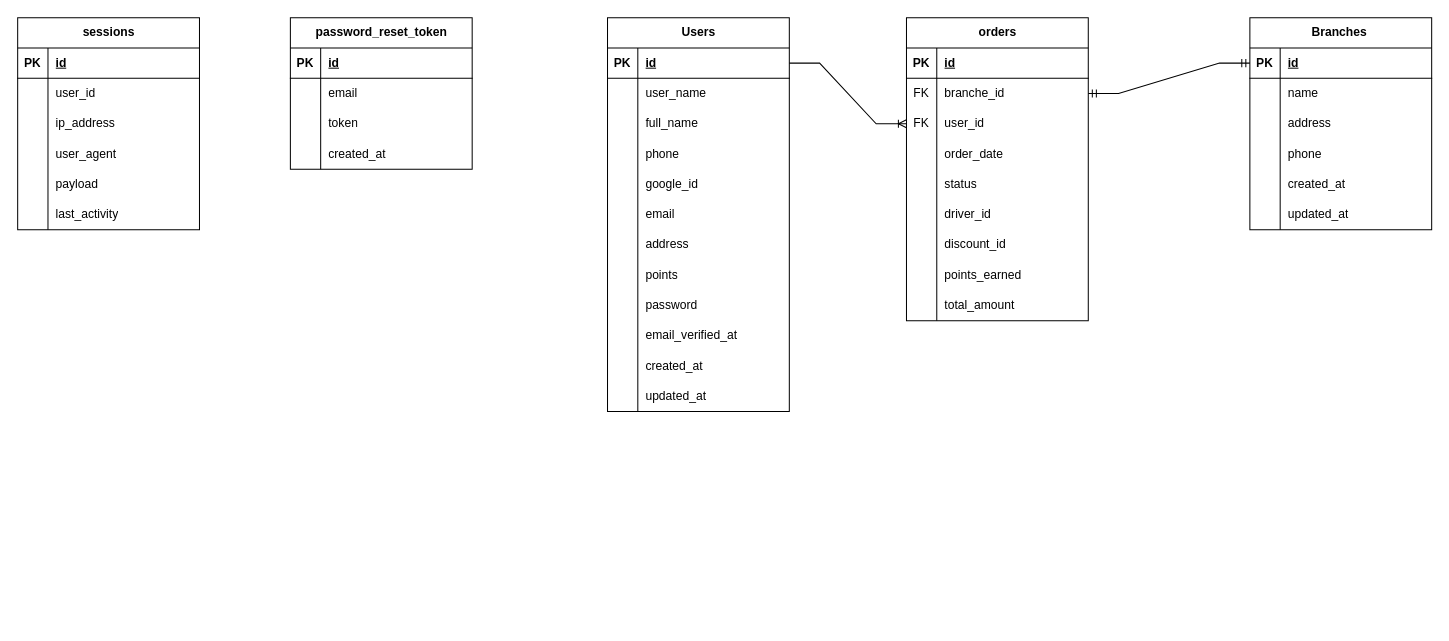
This is database.drawio from ntuananhdevs/DATN-DevFoods, a draw.io file, before an edit. Source tidied: cells renumbered, new cells numbered last; positions are measured from the earlier drawing's top-left corner, leaving out a move shared by most shapes. Both pictures are drawn from the tidied source at 101%, with x=0, y=0 at pixel (17, 17).
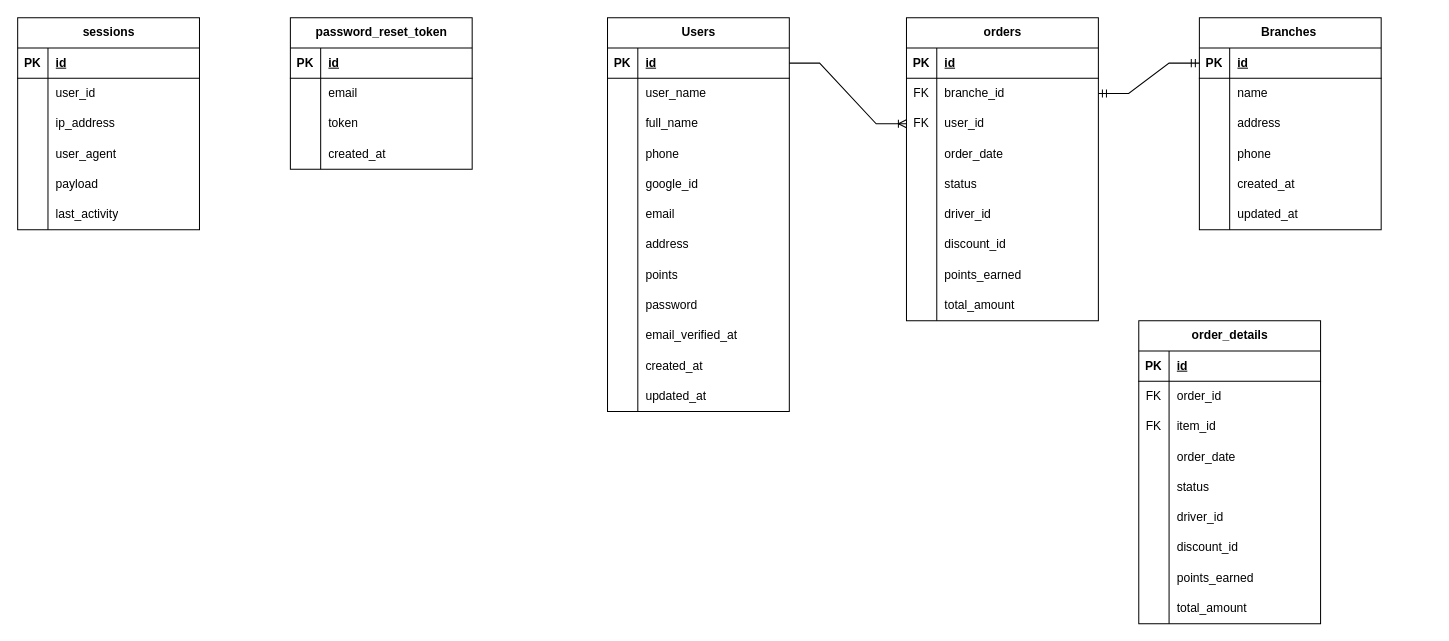
Above is the later version.

Commit message:
Cập nhật database.drawio

Change to the diagram source:
```diff
@@
     <mxCell id="71" value="&lt;div&gt;Branches&amp;nbsp;&lt;/div&gt;" style="shape=table;startSize=30;childLayout=tableLayout;rowLines=0;fontStyle=1;align=center;html=1;" parent="1" vertex="1">
-      <mxGeometry x="1220" width="180" height="210" as="geometry" />
+      <mxGeometry x="1170" width="180" height="210" as="geometry" />
     </mxCell>
@@
     <mxCell id="90" value="orders" style="shape=table;startSize=30;childLayout=tableLayout;rowLines=0;fontStyle=1;align=center;html=1;" parent="1" vertex="1">
-      <mxGeometry x="880" width="180" height="300" as="geometry" />
+      <mxGeometry x="880" width="190" height="300" as="geometry" />
     </mxCell>
     <mxCell id="91" style="shape=tableRow;horizontal=0;startSize=0;swimlaneHead=0;swimlaneBody=0;fillColor=none;top=0;left=0;right=0;bottom=1;" parent="90" vertex="1">
-      <mxGeometry y="30" width="180" height="30" as="geometry" />
+      <mxGeometry y="30" width="190" height="30" as="geometry" />
     </mxCell>
@@
     <mxCell id="93" value="id" style="shape=partialRectangle;fillColor=none;top=0;left=0;bottom=0;right=0;align=left;spacingLeft=6;fontStyle=5;overflow=hidden;whiteSpace=wrap;html=1;" parent="91" vertex="1">
-      <mxGeometry x="30" width="150" height="30" as="geometry" />
+      <mxGeometry x="30" width="160" height="30" as="geometry" />
     </mxCell>
     <mxCell id="94" style="shape=tableRow;horizontal=0;startSize=0;swimlaneHead=0;swimlaneBody=0;fillColor=none;points=[[0,0.5],[1,0.5]];portConstraint=eastwest;top=0;left=0;right=0;bottom=0;" parent="90" vertex="1">
-      <mxGeometry y="60" width="180" height="30" as="geometry" />
+      <mxGeometry y="60" width="190" height="30" as="geometry" />
     </mxCell>
@@
     <mxCell id="96" value="branche_id" style="shape=partialRectangle;fillColor=none;top=0;left=0;bottom=0;right=0;align=left;spacingLeft=6;overflow=hidden;whiteSpace=wrap;html=1;" parent="94" vertex="1">
-      <mxGeometry x="30" width="150" height="30" as="geometry" />
+      <mxGeometry x="30" width="160" height="30" as="geometry" />
     </mxCell>
     <mxCell id="97" style="shape=tableRow;horizontal=0;startSize=0;swimlaneHead=0;swimlaneBody=0;fillColor=none;points=[[0,0.5],[1,0.5]];portConstraint=eastwest;top=0;left=0;right=0;bottom=0;" parent="90" vertex="1">
-      <mxGeometry y="90" width="180" height="30" as="geometry" />
+      <mxGeometry y="90" width="190" height="30" as="geometry" />
     </mxCell>
@@
     <mxCell id="99" value="user_id" style="shape=partialRectangle;fillColor=none;top=0;left=0;bottom=0;right=0;align=left;spacingLeft=6;overflow=hidden;whiteSpace=wrap;html=1;" parent="97" vertex="1">
-      <mxGeometry x="30" width="150" height="30" as="geometry" />
+      <mxGeometry x="30" width="160" height="30" as="geometry" />
     </mxCell>
     <mxCell id="100" style="shape=tableRow;horizontal=0;startSize=0;swimlaneHead=0;swimlaneBody=0;fillColor=none;top=0;left=0;right=0;bottom=0;" parent="90" vertex="1">
-      <mxGeometry y="120" width="180" height="30" as="geometry" />
+      <mxGeometry y="120" width="190" height="30" as="geometry" />
     </mxCell>
@@
     <mxCell id="102" value="order_date" style="shape=partialRectangle;fillColor=none;top=0;left=0;bottom=0;right=0;align=left;spacingLeft=6;overflow=hidden;whiteSpace=wrap;html=1;" parent="100" vertex="1">
-      <mxGeometry x="30" width="150" height="30" as="geometry" />
+      <mxGeometry x="30" width="160" height="30" as="geometry" />
     </mxCell>
     <mxCell id="103" style="shape=tableRow;horizontal=0;startSize=0;swimlaneHead=0;swimlaneBody=0;fillColor=none;top=0;left=0;right=0;bottom=0;" parent="90" vertex="1">
-      <mxGeometry y="150" width="180" height="30" as="geometry" />
+      <mxGeometry y="150" width="190" height="30" as="geometry" />
     </mxCell>
@@
     <mxCell id="105" value="status" style="shape=partialRectangle;fillColor=none;top=0;left=0;bottom=0;right=0;align=left;spacingLeft=6;overflow=hidden;whiteSpace=wrap;html=1;" parent="103" vertex="1">
-      <mxGeometry x="30" width="150" height="30" as="geometry" />
+      <mxGeometry x="30" width="160" height="30" as="geometry" />
     </mxCell>
     <mxCell id="106" style="shape=tableRow;horizontal=0;startSize=0;swimlaneHead=0;swimlaneBody=0;fillColor=none;top=0;left=0;right=0;bottom=0;" parent="90" vertex="1">
-      <mxGeometry y="180" width="180" height="30" as="geometry" />
+      <mxGeometry y="180" width="190" height="30" as="geometry" />
     </mxCell>
@@
     <mxCell id="108" value="&lt;div&gt;driver_id&amp;nbsp;&lt;/div&gt;" style="shape=partialRectangle;fillColor=none;top=0;left=0;bottom=0;right=0;align=left;spacingLeft=6;overflow=hidden;whiteSpace=wrap;html=1;" parent="106" vertex="1">
-      <mxGeometry x="30" width="150" height="30" as="geometry" />
+      <mxGeometry x="30" width="160" height="30" as="geometry" />
     </mxCell>
     <mxCell id="109" style="shape=tableRow;horizontal=0;startSize=0;swimlaneHead=0;swimlaneBody=0;fillColor=none;top=0;left=0;right=0;bottom=0;" parent="90" vertex="1">
-      <mxGeometry y="210" width="180" height="30" as="geometry" />
+      <mxGeometry y="210" width="190" height="30" as="geometry" />
     </mxCell>
@@
     <mxCell id="111" value="&lt;div&gt;discount_id&amp;nbsp;&lt;/div&gt;" style="shape=partialRectangle;fillColor=none;top=0;left=0;bottom=0;right=0;align=left;spacingLeft=6;overflow=hidden;whiteSpace=wrap;html=1;" parent="109" vertex="1">
-      <mxGeometry x="30" width="150" height="30" as="geometry" />
+      <mxGeometry x="30" width="160" height="30" as="geometry" />
     </mxCell>
     <mxCell id="112" style="shape=tableRow;horizontal=0;startSize=0;swimlaneHead=0;swimlaneBody=0;fillColor=none;top=0;left=0;right=0;bottom=0;" parent="90" vertex="1">
-      <mxGeometry y="240" width="180" height="30" as="geometry" />
+      <mxGeometry y="240" width="190" height="30" as="geometry" />
     </mxCell>
@@
     <mxCell id="114" value="&lt;div&gt;points_earned&amp;nbsp;&lt;/div&gt;" style="shape=partialRectangle;fillColor=none;top=0;left=0;bottom=0;right=0;align=left;spacingLeft=6;overflow=hidden;whiteSpace=wrap;html=1;" parent="112" vertex="1">
-      <mxGeometry x="30" width="150" height="30" as="geometry" />
+      <mxGeometry x="30" width="160" height="30" as="geometry" />
     </mxCell>
     <mxCell id="115" style="shape=tableRow;horizontal=0;startSize=0;swimlaneHead=0;swimlaneBody=0;fillColor=none;top=0;left=0;right=0;bottom=0;" parent="90" vertex="1">
-      <mxGeometry y="270" width="180" height="30" as="geometry" />
+      <mxGeometry y="270" width="190" height="30" as="geometry" />
     </mxCell>
@@
     <mxCell id="117" value="&lt;div&gt;total_amount&amp;nbsp;&lt;/div&gt;" style="shape=partialRectangle;fillColor=none;top=0;left=0;bottom=0;right=0;align=left;spacingLeft=6;overflow=hidden;whiteSpace=wrap;html=1;" parent="115" vertex="1">
-      <mxGeometry x="30" width="150" height="30" as="geometry" />
+      <mxGeometry x="30" width="160" height="30" as="geometry" />
     </mxCell>
@@
+    <mxCell id="120" value="order_details" style="shape=table;startSize=30;childLayout=tableLayout;rowLines=0;fontStyle=1;align=center;html=1;" parent="1" vertex="1">
+      <mxGeometry x="1110" y="300" width="180" height="300" as="geometry" />
+    </mxCell>
+    <mxCell id="121" style="shape=tableRow;horizontal=0;startSize=0;swimlaneHead=0;swimlaneBody=0;fillColor=none;top=0;left=0;right=0;bottom=1;" parent="120" vertex="1">
+      <mxGeometry y="30" width="180" height="30" as="geometry" />
+    </mxCell>
+    <mxCell id="122" value="PK" style="shape=partialRectangle;fillColor=none;top=0;left=0;bottom=0;right=0;fontStyle=1;overflow=hidden;whiteSpace=wrap;html=1;" parent="121" vertex="1">
+      <mxGeometry width="30" height="30" as="geometry" />
+    </mxCell>
+    <mxCell id="123" value="id" style="shape=partialRectangle;fillColor=none;top=0;left=0;bottom=0;right=0;align=left;spacingLeft=6;fontStyle=5;overflow=hidden;whiteSpace=wrap;html=1;" parent="121" vertex="1">
+      <mxGeometry x="30" width="150" height="30" as="geometry" />
+    </mxCell>
+    <mxCell id="124" style="shape=tableRow;horizontal=0;startSize=0;swimlaneHead=0;swimlaneBody=0;fillColor=none;top=0;left=0;right=0;bottom=0;" parent="120" vertex="1">
+      <mxGeometry y="60" width="180" height="30" as="geometry" />
+    </mxCell>
+    <mxCell id="125" value="FK" style="shape=partialRectangle;fillColor=none;top=0;left=0;bottom=0;right=0;overflow=hidden;whiteSpace=wrap;html=1;" parent="124" vertex="1">
+      <mxGeometry width="30" height="30" as="geometry" />
+    </mxCell>
+    <mxCell id="126" value="order_id" style="shape=partialRectangle;fillColor=none;top=0;left=0;bottom=0;right=0;align=left;spacingLeft=6;overflow=hidden;whiteSpace=wrap;html=1;" parent="124" vertex="1">
+      <mxGeometry x="30" width="150" height="30" as="geometry" />
+    </mxCell>
+    <mxCell id="127" style="shape=tableRow;horizontal=0;startSize=0;swimlaneHead=0;swimlaneBody=0;fillColor=none;top=0;left=0;right=0;bottom=0;" parent="120" vertex="1">
+      <mxGeometry y="90" width="180" height="30" as="geometry" />
+    </mxCell>
+    <mxCell id="128" value="FK" style="shape=partialRectangle;fillColor=none;top=0;left=0;bottom=0;right=0;overflow=hidden;whiteSpace=wrap;html=1;" parent="127" vertex="1">
+      <mxGeometry width="30" height="30" as="geometry" />
+    </mxCell>
+    <mxCell id="129" value="&lt;div&gt;item_id&amp;nbsp;&lt;/div&gt;" style="shape=partialRectangle;fillColor=none;top=0;left=0;bottom=0;right=0;align=left;spacingLeft=6;overflow=hidden;whiteSpace=wrap;html=1;" parent="127" vertex="1">
+      <mxGeometry x="30" width="150" height="30" as="geometry" />
+    </mxCell>
+    <mxCell id="130" style="shape=tableRow;horizontal=0;startSize=0;swimlaneHead=0;swimlaneBody=0;fillColor=none;top=0;left=0;right=0;bottom=0;" parent="120" vertex="1">
+      <mxGeometry y="120" width="180" height="30" as="geometry" />
+    </mxCell>
+    <mxCell id="131" style="shape=partialRectangle;fillColor=none;top=0;left=0;bottom=0;right=0;overflow=hidden;whiteSpace=wrap;html=1;" parent="130" vertex="1">
+      <mxGeometry width="30" height="30" as="geometry" />
+    </mxCell>
+    <mxCell id="132" value="order_date" style="shape=partialRectangle;fillColor=none;top=0;left=0;bottom=0;right=0;align=left;spacingLeft=6;overflow=hidden;whiteSpace=wrap;html=1;" parent="130" vertex="1">
+      <mxGeometry x="30" width="150" height="30" as="geometry" />
+    </mxCell>
+    <mxCell id="133" style="shape=tableRow;horizontal=0;startSize=0;swimlaneHead=0;swimlaneBody=0;fillColor=none;top=0;left=0;right=0;bottom=0;" parent="120" vertex="1">
+      <mxGeometry y="150" width="180" height="30" as="geometry" />
+    </mxCell>
+    <mxCell id="134" style="shape=partialRectangle;fillColor=none;top=0;left=0;bottom=0;right=0;overflow=hidden;whiteSpace=wrap;html=1;" parent="133" vertex="1">
+      <mxGeometry width="30" height="30" as="geometry" />
+    </mxCell>
+    <mxCell id="135" value="status" style="shape=partialRectangle;fillColor=none;top=0;left=0;bottom=0;right=0;align=left;spacingLeft=6;overflow=hidden;whiteSpace=wrap;html=1;" parent="133" vertex="1">
+      <mxGeometry x="30" width="150" height="30" as="geometry" />
+    </mxCell>
+    <mxCell id="136" style="shape=tableRow;horizontal=0;startSize=0;swimlaneHead=0;swimlaneBody=0;fillColor=none;top=0;left=0;right=0;bottom=0;" parent="120" vertex="1">
+      <mxGeometry y="180" width="180" height="30" as="geometry" />
+    </mxCell>
+    <mxCell id="137" style="shape=partialRectangle;fillColor=none;top=0;left=0;bottom=0;right=0;overflow=hidden;whiteSpace=wrap;html=1;" parent="136" vertex="1">
+      <mxGeometry width="30" height="30" as="geometry" />
+    </mxCell>
+    <mxCell id="138" value="&lt;div&gt;driver_id&amp;nbsp;&lt;/div&gt;" style="shape=partialRectangle;fillColor=none;top=0;left=0;bottom=0;right=0;align=left;spacingLeft=6;overflow=hidden;whiteSpace=wrap;html=1;" parent="136" vertex="1">
+      <mxGeometry x="30" width="150" height="30" as="geometry" />
+    </mxCell>
+    <mxCell id="139" style="shape=tableRow;horizontal=0;startSize=0;swimlaneHead=0;swimlaneBody=0;fillColor=none;top=0;left=0;right=0;bottom=0;" parent="120" vertex="1">
+      <mxGeometry y="210" width="180" height="30" as="geometry" />
+    </mxCell>
+    <mxCell id="140" style="shape=partialRectangle;fillColor=none;top=0;left=0;bottom=0;right=0;overflow=hidden;whiteSpace=wrap;html=1;" parent="139" vertex="1">
+      <mxGeometry width="30" height="30" as="geometry" />
+    </mxCell>
+    <mxCell id="141" value="&lt;div&gt;discount_id&amp;nbsp;&lt;/div&gt;" style="shape=partialRectangle;fillColor=none;top=0;left=0;bottom=0;right=0;align=left;spacingLeft=6;overflow=hidden;whiteSpace=wrap;html=1;" parent="139" vertex="1">
+      <mxGeometry x="30" width="150" height="30" as="geometry" />
+    </mxCell>
+    <mxCell id="142" style="shape=tableRow;horizontal=0;startSize=0;swimlaneHead=0;swimlaneBody=0;fillColor=none;top=0;left=0;right=0;bottom=0;" parent="120" vertex="1">
+      <mxGeometry y="240" width="180" height="30" as="geometry" />
+    </mxCell>
+    <mxCell id="143" style="shape=partialRectangle;fillColor=none;top=0;left=0;bottom=0;right=0;overflow=hidden;whiteSpace=wrap;html=1;" parent="142" vertex="1">
+      <mxGeometry width="30" height="30" as="geometry" />
+    </mxCell>
+    <mxCell id="144" value="&lt;div&gt;points_earned&amp;nbsp;&lt;/div&gt;" style="shape=partialRectangle;fillColor=none;top=0;left=0;bottom=0;right=0;align=left;spacingLeft=6;overflow=hidden;whiteSpace=wrap;html=1;" parent="142" vertex="1">
+      <mxGeometry x="30" width="150" height="30" as="geometry" />
+    </mxCell>
+    <mxCell id="145" style="shape=tableRow;horizontal=0;startSize=0;swimlaneHead=0;swimlaneBody=0;fillColor=none;top=0;left=0;right=0;bottom=0;" parent="120" vertex="1">
+      <mxGeometry y="270" width="180" height="30" as="geometry" />
+    </mxCell>
+    <mxCell id="146" style="shape=partialRectangle;fillColor=none;top=0;left=0;bottom=0;right=0;overflow=hidden;whiteSpace=wrap;html=1;" parent="145" vertex="1">
+      <mxGeometry width="30" height="30" as="geometry" />
+    </mxCell>
+    <mxCell id="147" value="&lt;div&gt;total_amount&amp;nbsp;&lt;/div&gt;" style="shape=partialRectangle;fillColor=none;top=0;left=0;bottom=0;right=0;align=left;spacingLeft=6;overflow=hidden;whiteSpace=wrap;html=1;" parent="145" vertex="1">
+      <mxGeometry x="30" width="150" height="30" as="geometry" />
+    </mxCell>
```
